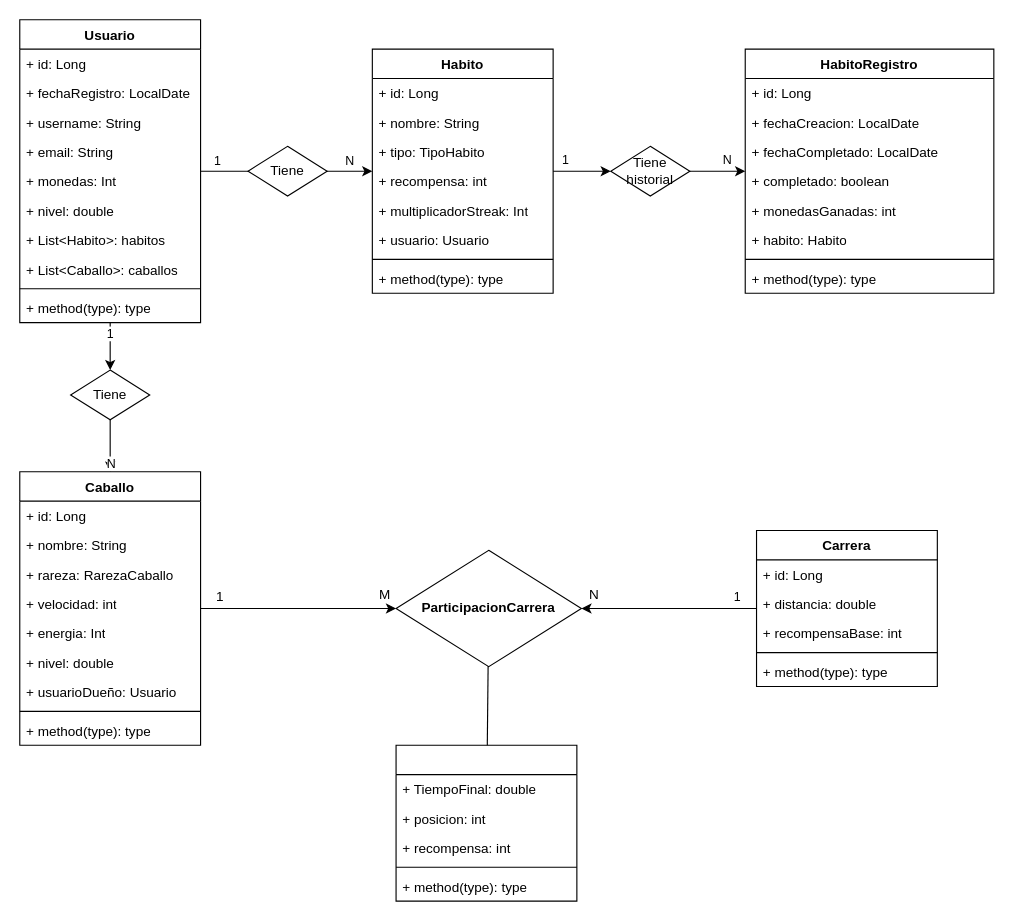
marioroag/proyecto-final-daw keeps this draw.io diagram as diagrama-uml.drawio. Above is the earlier version. Source tidied: cells renumbered, new cells numbered last; positions are measured from the earlier drawing's top-left corner, leaving out a move shared by most shapes. Both pictures are drawn from the tidied source at 113%, with x=0, y=0 at pixel (19, 19).
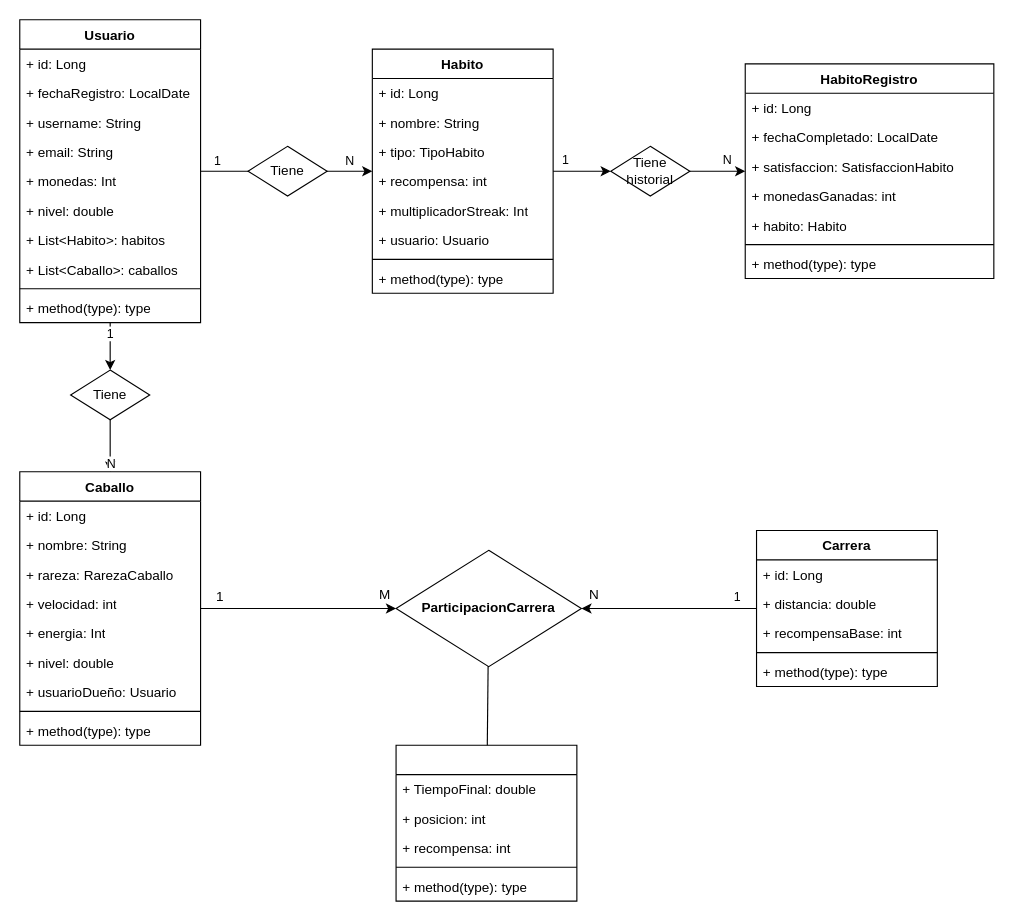
The same page after the edit.

Commit message:
fix: registro de habitos en el diagrama

The edit, as a diff of the source:
```diff
@@
     <mxCell id="29" value="HabitoRegistro" style="swimlane;fontStyle=1;align=center;verticalAlign=top;horizontal=1;startSize=26;whiteSpace=wrap;html=1;" parent="1" vertex="1">
-      <mxGeometry x="642" y="26" width="220" height="216" as="geometry" />
+      <mxGeometry x="642" y="39" width="220" height="190" as="geometry" />
     </mxCell>
@@
-    <mxCell id="31" value="+ fechaCreacion: LocalDate" style="text;strokeColor=none;fillColor=none;align=left;verticalAlign=top;spacingLeft=4;spacingRight=4;overflow=hidden;whiteSpace=wrap;html=1;" parent="29" vertex="1">
-      <mxGeometry y="52" width="220" height="26" as="geometry" />
-    </mxCell>
     <mxCell id="32" value="+ fechaCompletado: LocalDate" style="text;strokeColor=none;fillColor=none;align=left;verticalAlign=top;spacingLeft=4;spacingRight=4;overflow=hidden;whiteSpace=wrap;html=1;" parent="29" vertex="1">
-      <mxGeometry y="78" width="220" height="26" as="geometry" />
+      <mxGeometry y="52" width="220" height="26" as="geometry" />
     </mxCell>
-    <mxCell id="33" value="+ completado: boolean" style="text;strokeColor=none;fillColor=none;align=left;verticalAlign=top;spacingLeft=4;spacingRight=4;overflow=hidden;whiteSpace=wrap;html=1;" parent="29" vertex="1">
-      <mxGeometry y="104" width="220" height="26" as="geometry" />
+    <mxCell id="33" value="+ satisfaccion: SatisfaccionHabito" style="text;strokeColor=none;fillColor=none;align=left;verticalAlign=top;spacingLeft=4;spacingRight=4;overflow=hidden;whiteSpace=wrap;html=1;" parent="29" vertex="1">
+      <mxGeometry y="78" width="220" height="26" as="geometry" />
     </mxCell>
     <mxCell id="34" value="+ monedasGanadas: int" style="text;strokeColor=none;fillColor=none;align=left;verticalAlign=top;spacingLeft=4;spacingRight=4;overflow=hidden;whiteSpace=wrap;html=1;" parent="29" vertex="1">
-      <mxGeometry y="130" width="220" height="26" as="geometry" />
+      <mxGeometry y="104" width="220" height="26" as="geometry" />
     </mxCell>
     <mxCell id="35" value="+ habito: Habito" style="text;strokeColor=none;fillColor=none;align=left;verticalAlign=top;spacingLeft=4;spacingRight=4;overflow=hidden;whiteSpace=wrap;html=1;" parent="29" vertex="1">
-      <mxGeometry y="156" width="220" height="26" as="geometry" />
+      <mxGeometry y="130" width="220" height="26" as="geometry" />
     </mxCell>
     <mxCell id="36" style="line;strokeWidth=1;fillColor=none;align=left;verticalAlign=middle;spacingTop=-1;spacingLeft=3;spacingRight=3;labelPosition=right;strokeColor=inherit;" parent="29" vertex="1">
-      <mxGeometry y="182" width="220" height="8" as="geometry" />
+      <mxGeometry y="156" width="220" height="8" as="geometry" />
     </mxCell>
     <mxCell id="37" value="+ method(type): type" style="text;strokeColor=none;fillColor=none;align=left;verticalAlign=top;spacingLeft=4;spacingRight=4;overflow=hidden;whiteSpace=wrap;html=1;" parent="29" vertex="1">
-      <mxGeometry y="190" width="220" height="26" as="geometry" />
+      <mxGeometry y="164" width="220" height="26" as="geometry" />
     </mxCell>
```
